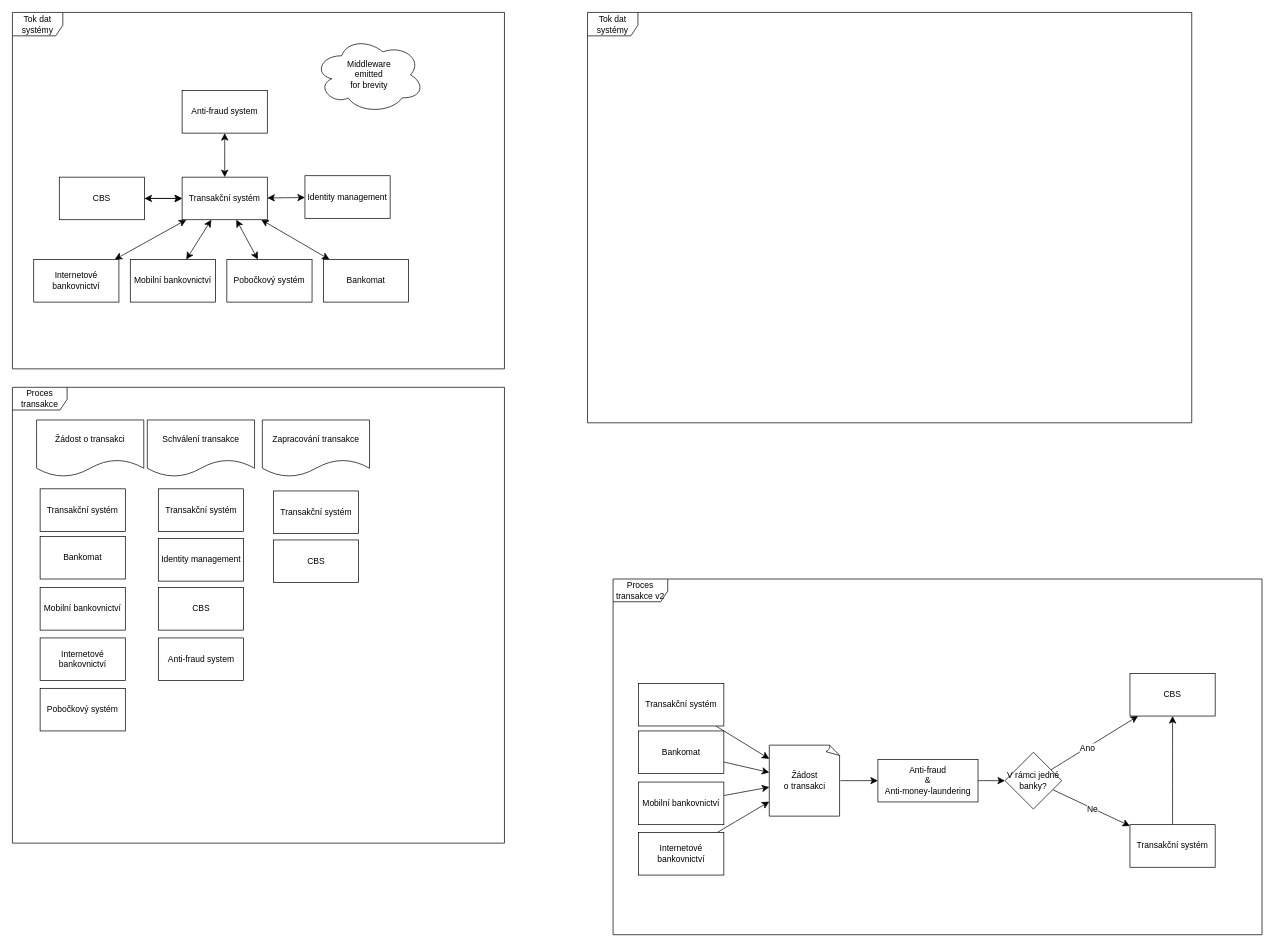
Earlier version of the draw.io diagram Untitled Diagram.drawio (Finishxx/draw-io). Source tidied: cells renumbered, new cells numbered last; positions are measured from the earlier drawing's top-left corner, leaving out a move shared by most shapes. Both pictures are drawn from the tidied source at 71%, with x=0, y=0 at pixel (12, 12).
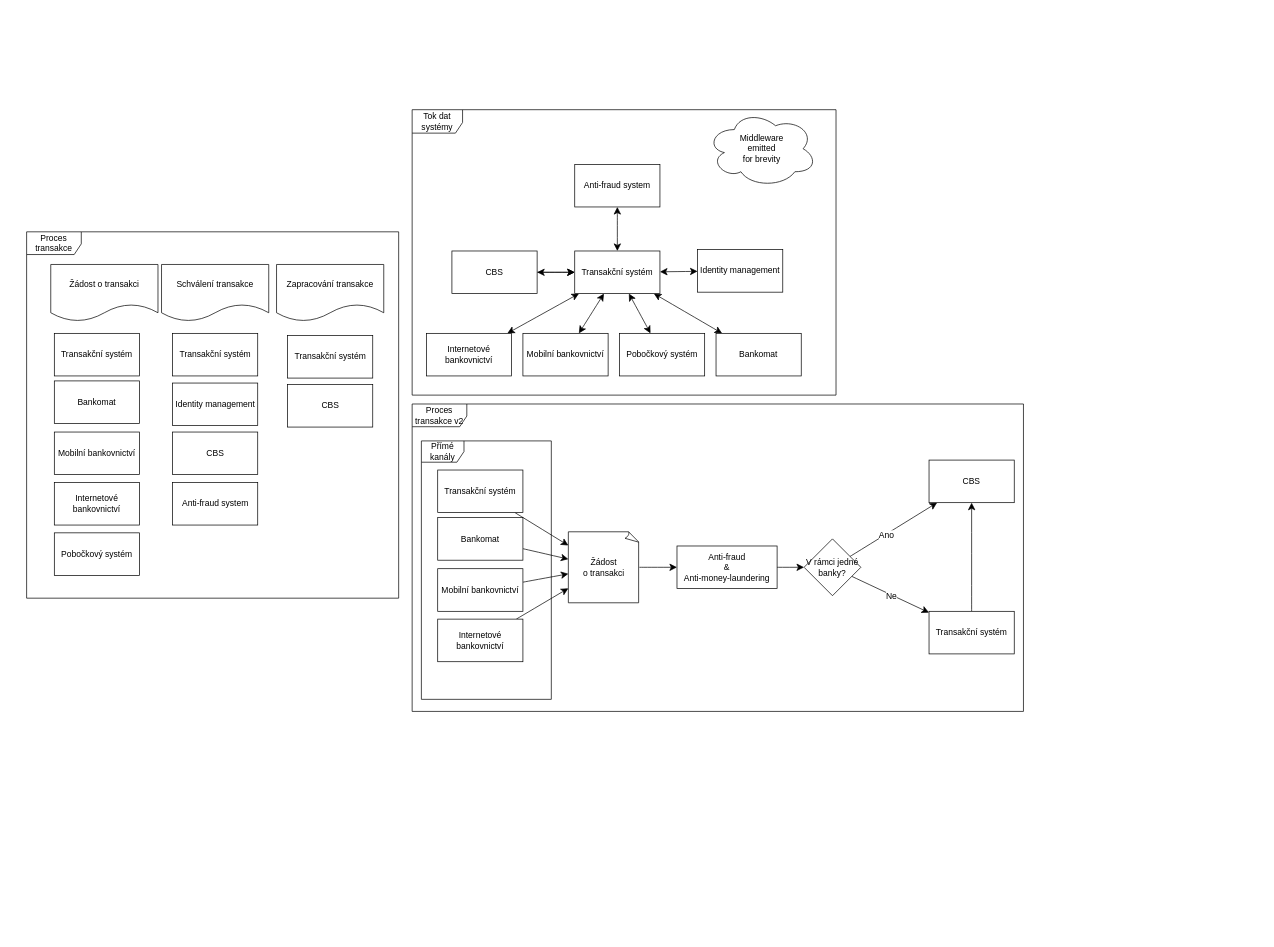
The same page after the edit.

Diff of the diagram source:
```diff
@@
     <mxCell id="3" value="Internetové bankovnictví" style="rounded=0;whiteSpace=wrap;html=1;" parent="1" vertex="1">
-      <mxGeometry x="30" y="348" width="120" height="60" as="geometry" />
+      <mxGeometry x="583" y="452" width="120" height="60" as="geometry" />
     </mxCell>
@@
     <mxCell id="5" value="Mobilní bankovnictví" style="rounded=0;whiteSpace=wrap;html=1;" parent="1" vertex="1">
-      <mxGeometry x="166" y="348" width="120" height="60" as="geometry" />
+      <mxGeometry x="719" y="452" width="120" height="60" as="geometry" />
     </mxCell>
     <mxCell id="6" value="Pobočkový systém" style="rounded=0;whiteSpace=wrap;html=1;" parent="1" vertex="1">
-      <mxGeometry x="302" y="348" width="120" height="60" as="geometry" />
+      <mxGeometry x="855" y="452" width="120" height="60" as="geometry" />
     </mxCell>
@@
     <mxCell id="8" value="Bankomat" style="rounded=0;whiteSpace=wrap;html=1;" parent="1" vertex="1">
-      <mxGeometry x="438" y="348" width="120" height="60" as="geometry" />
+      <mxGeometry x="991" y="452" width="120" height="60" as="geometry" />
     </mxCell>
@@
     <mxCell id="10" value="CBS" style="rounded=0;whiteSpace=wrap;html=1;" parent="1" vertex="1">
-      <mxGeometry x="66" y="232" width="120" height="60" as="geometry" />
+      <mxGeometry x="619" y="336" width="120" height="60" as="geometry" />
     </mxCell>
@@
     <mxCell id="13" value="Transakční systém" style="rounded=0;whiteSpace=wrap;html=1;" parent="1" vertex="1">
-      <mxGeometry x="239" y="232" width="120" height="60" as="geometry" />
+      <mxGeometry x="792" y="336" width="120" height="60" as="geometry" />
     </mxCell>
     <mxCell id="14" value="&lt;div&gt;Middleware&lt;/div&gt;&lt;div&gt;emitted&lt;/div&gt;&lt;div&gt;for brevity&lt;/div&gt;" style="ellipse;shape=cloud;whiteSpace=wrap;html=1;" parent="1" vertex="1">
-      <mxGeometry x="425" y="34" width="155" height="108" as="geometry" />
+      <mxGeometry x="978" y="138" width="155" height="108" as="geometry" />
     </mxCell>
     <mxCell id="15" value="Tok dat systémy" style="shape=umlFrame;whiteSpace=wrap;html=1;width=71;height=33;" parent="1" vertex="1">
-      <mxGeometry width="693" height="502" as="geometry" />
+      <mxGeometry x="563" y="137" width="597" height="402" as="geometry" />
     </mxCell>
@@
     <mxCell id="17" value="Anti-fraud system" style="rounded=0;whiteSpace=wrap;html=1;" parent="1" vertex="1">
-      <mxGeometry x="239" y="110" width="120" height="60" as="geometry" />
+      <mxGeometry x="792" y="214" width="120" height="60" as="geometry" />
     </mxCell>
@@
     <mxCell id="19" value="Identity management" style="rounded=0;whiteSpace=wrap;html=1;" parent="1" vertex="1">
-      <mxGeometry x="412" y="230" width="120" height="60" as="geometry" />
+      <mxGeometry x="965" y="334" width="120" height="60" as="geometry" />
     </mxCell>
     <mxCell id="20" value="Proces transakce" style="shape=umlFrame;whiteSpace=wrap;html=1;width=77;height=32;" parent="1" vertex="1">
-      <mxGeometry y="528" width="693" height="642" as="geometry" />
+      <mxGeometry x="20" y="309" width="524" height="516" as="geometry" />
     </mxCell>
     <mxCell id="21" value="Žádost o transakci" style="shape=document;whiteSpace=wrap;html=1;boundedLbl=1;" parent="1" vertex="1">
-      <mxGeometry x="34" y="574" width="151" height="80" as="geometry" />
+      <mxGeometry x="54" y="355" width="151" height="80" as="geometry" />
     </mxCell>
     <mxCell id="22" value="Internetové bankovnictví" style="rounded=0;whiteSpace=wrap;html=1;" parent="1" vertex="1">
-      <mxGeometry x="39" y="881" width="120" height="60" as="geometry" />
+      <mxGeometry x="59" y="662" width="120" height="60" as="geometry" />
     </mxCell>
     <mxCell id="23" value="Mobilní bankovnictví" style="rounded=0;whiteSpace=wrap;html=1;" parent="1" vertex="1">
-      <mxGeometry x="39" y="810" width="120" height="60" as="geometry" />
+      <mxGeometry x="59" y="591" width="120" height="60" as="geometry" />
     </mxCell>
     <mxCell id="24" value="Pobočkový systém" style="rounded=0;whiteSpace=wrap;html=1;" parent="1" vertex="1">
-      <mxGeometry x="39" y="952" width="120" height="60" as="geometry" />
+      <mxGeometry x="59" y="733" width="120" height="60" as="geometry" />
     </mxCell>
     <mxCell id="25" value="Bankomat" style="rounded=0;whiteSpace=wrap;html=1;" parent="1" vertex="1">
-      <mxGeometry x="39" y="738" width="120" height="60" as="geometry" />
+      <mxGeometry x="59" y="519" width="120" height="60" as="geometry" />
     </mxCell>
     <mxCell id="26" value="Schválení transakce" style="shape=document;whiteSpace=wrap;html=1;boundedLbl=1;" parent="1" vertex="1">
-      <mxGeometry x="190" y="574" width="151" height="80" as="geometry" />
+      <mxGeometry x="210" y="355" width="151" height="80" as="geometry" />
     </mxCell>
     <mxCell id="27" value="Transakční systém" style="rounded=0;whiteSpace=wrap;html=1;" parent="1" vertex="1">
-      <mxGeometry x="39" y="671" width="120" height="60" as="geometry" />
+      <mxGeometry x="59" y="452" width="120" height="60" as="geometry" />
     </mxCell>
     <mxCell id="28" value="Transakční systém" style="rounded=0;whiteSpace=wrap;html=1;" parent="1" vertex="1">
-      <mxGeometry x="205.5" y="671" width="120" height="60" as="geometry" />
+      <mxGeometry x="225.5" y="452" width="120" height="60" as="geometry" />
     </mxCell>
     <mxCell id="29" value="Identity management" style="rounded=0;whiteSpace=wrap;html=1;" parent="1" vertex="1">
-      <mxGeometry x="205.5" y="741" width="120" height="60" as="geometry" />
+      <mxGeometry x="225.5" y="522" width="120" height="60" as="geometry" />
     </mxCell>
     <mxCell id="30" value="CBS" style="rounded=0;whiteSpace=wrap;html=1;" parent="1" vertex="1">
-      <mxGeometry x="205.5" y="810" width="120" height="60" as="geometry" />
+      <mxGeometry x="225.5" y="591" width="120" height="60" as="geometry" />
     </mxCell>
     <mxCell id="31" value="Anti-fraud system" style="rounded=0;whiteSpace=wrap;html=1;" parent="1" vertex="1">
-      <mxGeometry x="205.5" y="881" width="120" height="60" as="geometry" />
+      <mxGeometry x="225.5" y="662" width="120" height="60" as="geometry" />
     </mxCell>
     <mxCell id="32" value="Zapracování transakce" style="shape=document;whiteSpace=wrap;html=1;boundedLbl=1;" parent="1" vertex="1">
-      <mxGeometry x="352" y="574" width="151" height="80" as="geometry" />
+      <mxGeometry x="372" y="355" width="151" height="80" as="geometry" />
     </mxCell>
     <mxCell id="33" value="Transakční systém" style="rounded=0;whiteSpace=wrap;html=1;" parent="1" vertex="1">
-      <mxGeometry x="367.5" y="674" width="120" height="60" as="geometry" />
+      <mxGeometry x="387.5" y="455" width="120" height="60" as="geometry" />
     </mxCell>
     <mxCell id="34" value="CBS" style="rounded=0;whiteSpace=wrap;html=1;" parent="1" vertex="1">
-      <mxGeometry x="367.5" y="743" width="120" height="60" as="geometry" />
+      <mxGeometry x="387.5" y="524" width="120" height="60" as="geometry" />
     </mxCell>
-    <mxCell id="35" value="Tok dat systémy" style="shape=umlFrame;whiteSpace=wrap;html=1;width=71;height=33;" parent="1" vertex="1">
-      <mxGeometry x="810" width="851" height="578" as="geometry" />
-    </mxCell>
     <mxCell id="36" value="Proces transakce v2" style="shape=umlFrame;whiteSpace=wrap;html=1;width=77;height=32;" parent="1" vertex="1">
-      <mxGeometry x="846" y="798" width="914" height="501" as="geometry" />
+      <mxGeometry x="563" y="551.5" width="861" height="433" as="geometry" />
     </mxCell>
@@
     <mxCell id="38" value="Internetové bankovnictví" style="rounded=0;whiteSpace=wrap;html=1;" parent="1" vertex="1">
-      <mxGeometry x="882" y="1155" width="120" height="60" as="geometry" />
+      <mxGeometry x="599" y="854.5" width="120" height="60" as="geometry" />
     </mxCell>
@@
     <mxCell id="40" value="Mobilní bankovnictví" style="rounded=0;whiteSpace=wrap;html=1;" parent="1" vertex="1">
-      <mxGeometry x="882" y="1084" width="120" height="60" as="geometry" />
+      <mxGeometry x="599" y="783.5" width="120" height="60" as="geometry" />
     </mxCell>
@@
     <mxCell id="42" value="Bankomat" style="rounded=0;whiteSpace=wrap;html=1;" parent="1" vertex="1">
-      <mxGeometry x="882" y="1012" width="120" height="60" as="geometry" />
+      <mxGeometry x="599" y="711.5" width="120" height="60" as="geometry" />
     </mxCell>
@@
     <mxCell id="44" value="Transakční systém" style="rounded=0;whiteSpace=wrap;html=1;" parent="1" vertex="1">
-      <mxGeometry x="882" y="945" width="120" height="60" as="geometry" />
+      <mxGeometry x="599" y="644.5" width="120" height="60" as="geometry" />
     </mxCell>
@@
     <mxCell id="46" value="&lt;div&gt;Žádost&lt;/div&gt;&lt;div&gt;o transakci&lt;/div&gt;" style="whiteSpace=wrap;html=1;shape=mxgraph.basic.document;" parent="1" vertex="1">
-      <mxGeometry x="1066" y="1032" width="100" height="100" as="geometry" />
+      <mxGeometry x="783" y="731.5" width="100" height="100" as="geometry" />
     </mxCell>
@@
     <mxCell id="48" value="&lt;div&gt;Anti-fraud&lt;/div&gt;&lt;div&gt;&amp;amp;&lt;/div&gt;&lt;div&gt;Anti-money-laundering&lt;/div&gt;" style="rounded=0;whiteSpace=wrap;html=1;" parent="1" vertex="1">
-      <mxGeometry x="1219" y="1052" width="141" height="60" as="geometry" />
+      <mxGeometry x="936" y="751.5" width="141" height="60" as="geometry" />
     </mxCell>
@@
     <mxCell id="53" value="V rámci jedné banky?" style="rhombus;whiteSpace=wrap;html=1;" parent="1" vertex="1">
-      <mxGeometry x="1398" y="1042" width="80" height="80" as="geometry" />
+      <mxGeometry x="1115" y="741.5" width="80" height="80" as="geometry" />
     </mxCell>
     <mxCell id="54" value="CBS" style="rounded=0;whiteSpace=wrap;html=1;" parent="1" vertex="1">
-      <mxGeometry x="1574" y="931" width="120" height="60" as="geometry" />
+      <mxGeometry x="1291" y="630.5" width="120" height="60" as="geometry" />
     </mxCell>
@@
     <mxCell id="56" value="Transakční systém" style="rounded=0;whiteSpace=wrap;html=1;" parent="1" vertex="1">
-      <mxGeometry x="1574" y="1144" width="120" height="60" as="geometry" />
+      <mxGeometry x="1291" y="843.5" width="120" height="60" as="geometry" />
     </mxCell>
+    <mxCell id="57" value="Přímé kanály" style="shape=umlFrame;whiteSpace=wrap;html=1;" parent="1" vertex="1">
+      <mxGeometry x="576" y="603.5" width="183" height="364" as="geometry" />
+    </mxCell>
```
